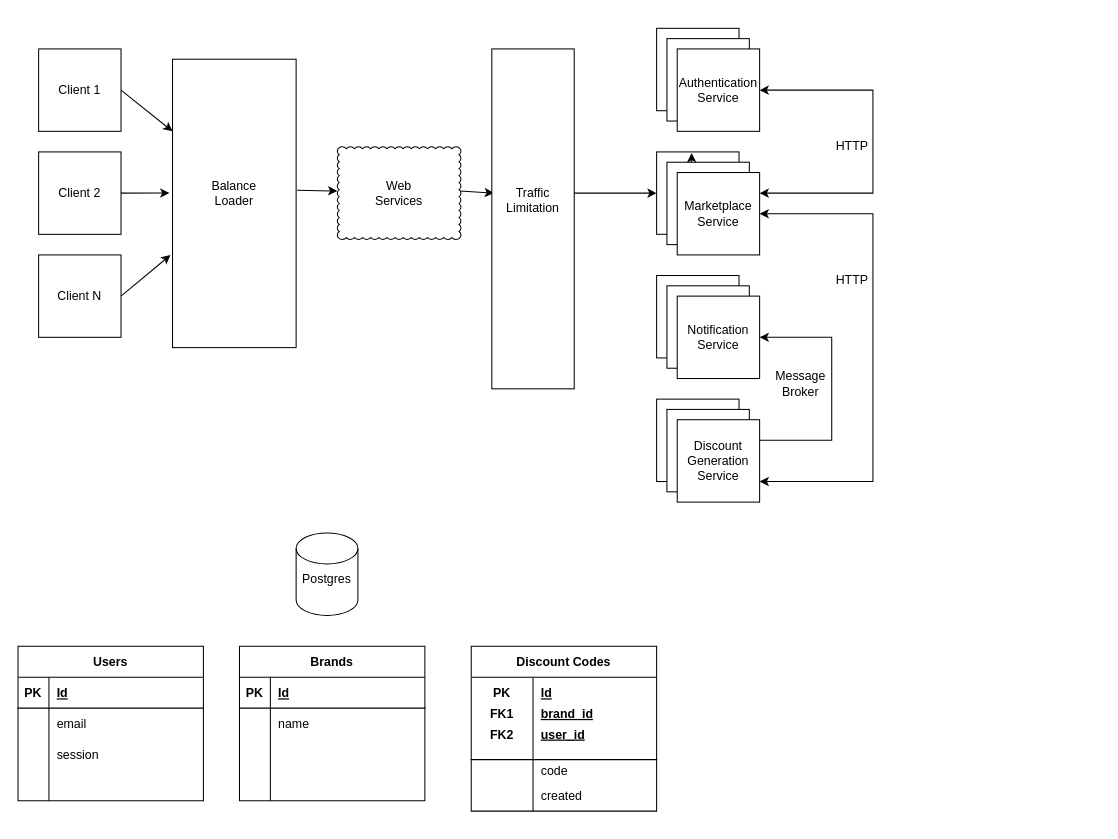
The draw.io diagram Untitled Diagram.drawio in rybach/discount_server, before the edit. Source tidied: cells renumbered, new cells numbered last; positions are measured from the earlier drawing's top-left corner, leaving out a move shared by most shapes. Both pictures are drawn from the tidied source at 103%, with x=0, y=0 at pixel (18, 28).
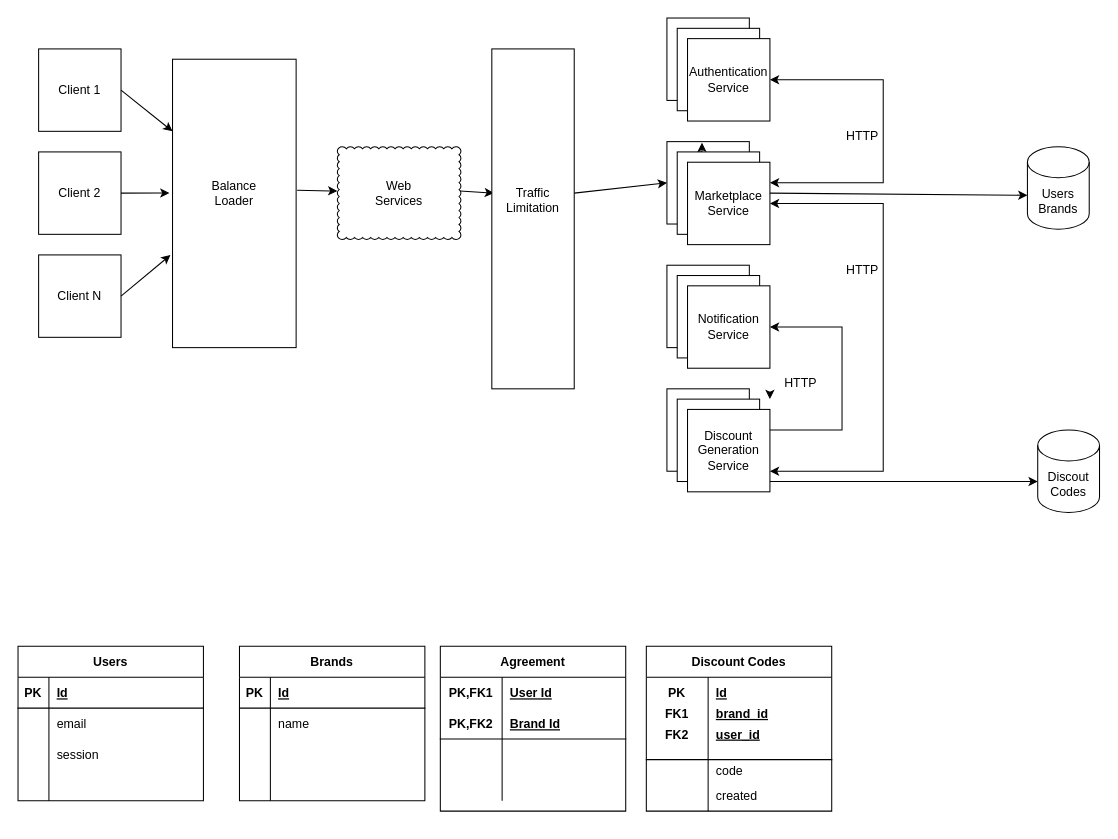
The same diagram, later.

Commit message:
Discount Manager Diagram

Unchanged cells that the change refers to:
```xml
<mxCell id="83" style="whiteSpace=wrap;html=1;" parent="82" vertex="1">
  <mxGeometry width="80" height="80" as="geometry" />
</mxCell>
```

Diff of the diagram source:
```diff
@@
-    <mxCell id="21" style="group;" parent="1" vertex="1">
-      <mxGeometry x="270" y="490" width="60" height="80" as="geometry" />
-    </mxCell>
-    <mxCell id="22" style="shape=cylinder3;whiteSpace=wrap;html=1;boundedLbl=1;backgroundOutline=1;size=15;strokeColor=#000000;" parent="21" vertex="1">
-      <mxGeometry width="60" height="80" as="geometry" />
-    </mxCell>
-    <mxCell id="23" value="Postgres" style="text;html=1;strokeColor=none;fillColor=none;align=center;verticalAlign=middle;whiteSpace=wrap;rounded=0;" parent="21" vertex="1">
-      <mxGeometry y="30" width="60" height="30" as="geometry" />
-    </mxCell>
@@
     <mxCell id="50" style="group;" parent="1" vertex="1">
-      <mxGeometry x="440" y="600" width="180" height="170" as="geometry" />
+      <mxGeometry x="610" y="600" width="180" height="170" as="geometry" />
     </mxCell>
@@
     <mxCell id="70" style="group;" parent="1" vertex="1">
-      <mxGeometry x="620" width="220" height="460" as="geometry" />
+      <mxGeometry x="630" y="-10" width="220" height="460" as="geometry" />
     </mxCell>
@@
+    <mxCell id="102" value="HTTP" style="text;html=1;strokeColor=none;fillColor=none;align=center;verticalAlign=middle;whiteSpace=wrap;rounded=0;" parent="70" vertex="1">
+      <mxGeometry x="160" y="230" width="60" height="30" as="geometry" />
+    </mxCell>
-    <mxCell id="101" value="Message Broker" style="text;html=1;strokeColor=none;fillColor=none;align=center;verticalAlign=middle;whiteSpace=wrap;rounded=0;" parent="70" vertex="1">
-      <mxGeometry x="110" y="330" width="60" height="30" as="geometry" />
+    <mxCell id="101" value="HTTP" style="text;html=1;strokeColor=none;fillColor=none;align=center;verticalAlign=middle;whiteSpace=wrap;rounded=0;" parent="70" vertex="1">
+      <mxGeometry x="100" y="340" width="60" height="30" as="geometry" />
     </mxCell>
-    <mxCell id="102" value="HTTP" style="text;html=1;strokeColor=none;fillColor=none;align=center;verticalAlign=middle;whiteSpace=wrap;rounded=0;" parent="70" vertex="1">
-      <mxGeometry x="160" y="230" width="60" height="30" as="geometry" />
-    </mxCell>
+    <mxCell id="107" style="edgeStyle=orthogonalEdgeStyle;rounded=0;orthogonalLoop=1;jettySize=auto;html=1;exitX=0;exitY=0.75;exitDx=0;exitDy=0;entryX=0;entryY=1;entryDx=0;entryDy=0;" parent="70" edge="1" source="101" target="101">
+      <mxGeometry relative="1" as="geometry" />
+    </mxCell>
@@
+    <mxCell id="108" style="endArrow=classic;html=1;rounded=0;exitX=1;exitY=0.375;exitDx=0;exitDy=0;exitPerimeter=0;entryX=0;entryY=0.588;entryDx=0;entryDy=0;entryPerimeter=0;" parent="1" edge="1" source="83" target="109">
+      <mxGeometry relative="1" as="geometry" />
+    </mxCell>
+    <mxCell id="109" value="Users&lt;br&gt;Brands" style="shape=cylinder3;whiteSpace=wrap;html=1;boundedLbl=1;backgroundOutline=1;size=15;strokeColor=#000000;" parent="1" vertex="1">
+      <mxGeometry x="980" y="115" width="60" height="80" as="geometry" />
+    </mxCell>
+    <mxCell id="110" style="endArrow=classic;html=1;rounded=0;exitX=1;exitY=0.375;exitDx=0;exitDy=0;exitPerimeter=0;" parent="1" edge="1">
+      <mxGeometry relative="1" as="geometry">
+        <mxPoint x="730" y="440" as="sourcePoint" />
+        <mxPoint x="990" y="440" as="targetPoint" />
+      </mxGeometry>
+    </mxCell>
+    <mxCell id="111" value="Discout Codes" style="shape=cylinder3;whiteSpace=wrap;html=1;boundedLbl=1;backgroundOutline=1;size=15;strokeColor=#000000;" parent="1" vertex="1">
+      <mxGeometry x="990" y="390" width="60" height="80" as="geometry" />
+    </mxCell>
+    <mxCell id="112" value="Agreement" style="shape=table;startSize=30;childLayout=tableLayout;rowLines=0;fontStyle=1;align=center;strokeColor=#000000;" parent="1" vertex="1">
+      <mxGeometry x="410" y="600" width="180" height="160" as="geometry" />
+    </mxCell>
+    <mxCell id="113" style="shape=tableRow;horizontal=0;startSize=0;swimlaneHead=0;swimlaneBody=0;fillColor=none;top=0;left=0;right=0;bottom=0;strokeColor=#000000;" parent="112" vertex="1">
+      <mxGeometry y="30" width="180" height="30" as="geometry" />
+    </mxCell>
+    <mxCell id="114" value="PK,FK1" style="shape=partialRectangle;fillColor=none;top=0;left=0;bottom=0;right=0;fontStyle=1;overflow=hidden;strokeColor=#000000;" parent="113" vertex="1">
+      <mxGeometry width="60" height="30" as="geometry" />
+    </mxCell>
+    <mxCell id="115" value="User Id" style="shape=partialRectangle;fillColor=none;top=0;left=0;bottom=0;right=0;align=left;spacingLeft=6;fontStyle=5;overflow=hidden;strokeColor=#000000;" parent="113" vertex="1">
+      <mxGeometry x="60" width="120" height="30" as="geometry" />
+    </mxCell>
+    <mxCell id="116" style="shape=tableRow;horizontal=0;startSize=0;swimlaneHead=0;swimlaneBody=0;fillColor=none;top=0;left=0;right=0;bottom=1;strokeColor=#000000;" parent="112" vertex="1">
+      <mxGeometry y="60" width="180" height="30" as="geometry" />
+    </mxCell>
+    <mxCell id="117" value="PK,FK2" style="shape=partialRectangle;fillColor=none;top=0;left=0;bottom=0;right=0;fontStyle=1;overflow=hidden;strokeColor=#000000;" parent="116" vertex="1">
+      <mxGeometry width="60" height="30" as="geometry" />
+    </mxCell>
+    <mxCell id="118" value="Brand Id" style="shape=partialRectangle;fillColor=none;top=0;left=0;bottom=0;right=0;align=left;spacingLeft=6;fontStyle=5;overflow=hidden;strokeColor=#000000;" parent="116" vertex="1">
+      <mxGeometry x="60" width="120" height="30" as="geometry" />
+    </mxCell>
+    <mxCell id="119" style="shape=tableRow;horizontal=0;startSize=0;swimlaneHead=0;swimlaneBody=0;fillColor=none;top=0;left=0;right=0;bottom=0;strokeColor=#000000;" parent="112" vertex="1">
+      <mxGeometry y="90" width="180" height="30" as="geometry" />
+    </mxCell>
+    <mxCell id="120" style="shape=partialRectangle;fillColor=none;top=0;left=0;bottom=0;right=0;overflow=hidden;strokeColor=#000000;" parent="119" vertex="1">
+      <mxGeometry width="60" height="30" as="geometry" />
+    </mxCell>
+    <mxCell id="121" style="shape=partialRectangle;fillColor=none;top=0;left=0;bottom=0;right=0;align=left;spacingLeft=6;overflow=hidden;strokeColor=#000000;" parent="119" vertex="1">
+      <mxGeometry x="60" width="120" height="30" as="geometry" />
+    </mxCell>
+    <mxCell id="122" style="shape=tableRow;horizontal=0;startSize=0;swimlaneHead=0;swimlaneBody=0;fillColor=none;top=0;left=0;right=0;bottom=0;strokeColor=#000000;" parent="112" vertex="1">
+      <mxGeometry y="120" width="180" height="30" as="geometry" />
+    </mxCell>
+    <mxCell id="123" style="shape=partialRectangle;fillColor=none;top=0;left=0;bottom=0;right=0;overflow=hidden;strokeColor=#000000;" parent="122" vertex="1">
+      <mxGeometry width="60" height="30" as="geometry" />
+    </mxCell>
+    <mxCell id="124" style="shape=partialRectangle;fillColor=none;top=0;left=0;bottom=0;right=0;align=left;spacingLeft=6;overflow=hidden;strokeColor=#000000;" parent="122" vertex="1">
+      <mxGeometry x="60" width="120" height="30" as="geometry" />
+    </mxCell>
```
